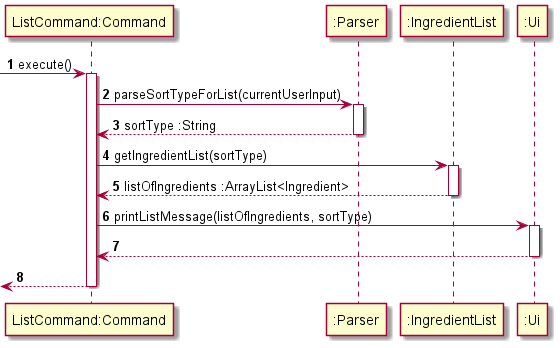
This is docs/umlDiagrams/ListSequence.png from uosjapuelks/tp, a PlantUML export, as it was before one commit. Source of this version:
```plantuml
@startuml

autonumber

-> "ListCommand:Command": execute()
activate "ListCommand:Command"

"ListCommand:Command" -> ":Parser": parseSortTypeForList(currentUserInput)
activate ":Parser"
"ListCommand:Command" <-- ":Parser": sortType :String
deactivate ":Parser"
"ListCommand:Command" -> ":IngredientList": getIngredientList(sortType)
activate ":IngredientList"
"ListCommand:Command" <--":IngredientList": listOfIngredients :ArrayList<Ingredient>
deactivate ":IngredientList"
"ListCommand:Command" -> ":Ui": printListMessage(listOfIngredients, sortType)
activate ":Ui"
"ListCommand:Command" <-- ":Ui"
deactivate ":Ui"

<-- "ListCommand:Command"
deactivate "ListCommand:Command"

@enduml
```
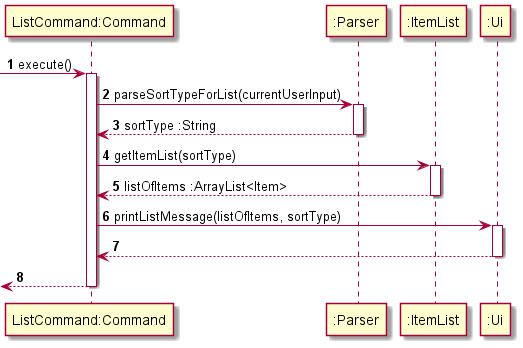
Above is the later version.

Commit message:
overwrite all diagrams to change ingredient to item.

What changed in the source:
```diff
@@ -9,11 +9,11 @@
 activate ":Parser"
 "ListCommand:Command" <-- ":Parser": sortType :String
 deactivate ":Parser"
-"ListCommand:Command" -> ":IngredientList": getIngredientList(sortType)
-activate ":IngredientList"
-"ListCommand:Command" <--":IngredientList": listOfIngredients :ArrayList<Ingredient>
-deactivate ":IngredientList"
-"ListCommand:Command" -> ":Ui": printListMessage(listOfIngredients, sortType)
+"ListCommand:Command" -> ":ItemList": getItemList(sortType)
+activate ":ItemList"
+"ListCommand:Command" <--":ItemList": listOfItems :ArrayList<Item>
+deactivate ":ItemList"
+"ListCommand:Command" -> ":Ui": printListMessage(listOfItems, sortType)
 activate ":Ui"
 "ListCommand:Command" <-- ":Ui"
 deactivate ":Ui"
```
